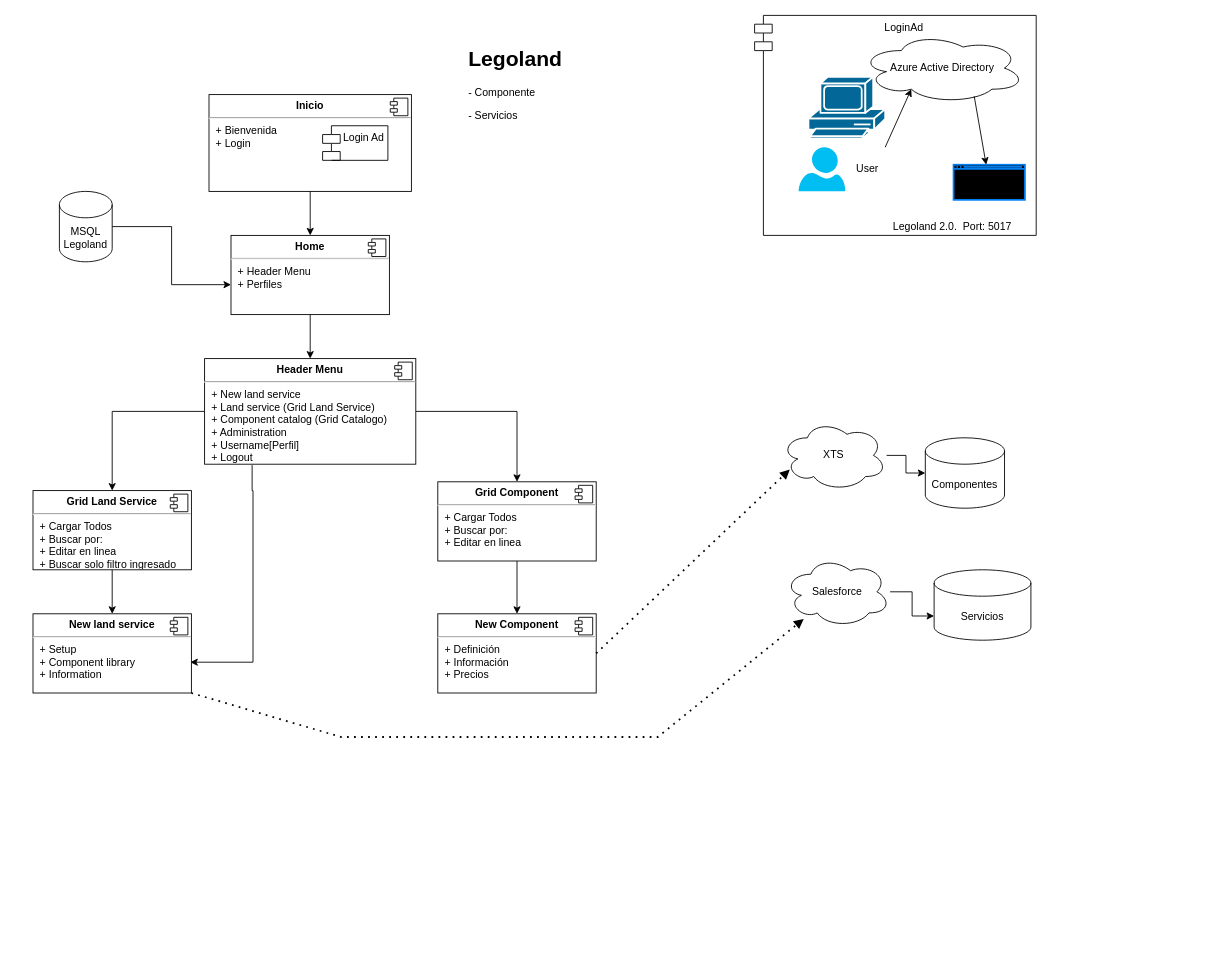
Earlier version of the draw.io diagram Legoland2.drawio (TecladoZurdo/UML). Source tidied: cells renumbered, new cells numbered last; positions are measured from the earlier drawing's top-left corner, leaving out a move shared by most shapes. Both pictures are drawn from the tidied source at 88%, with x=0, y=0 at pixel (33, 15).
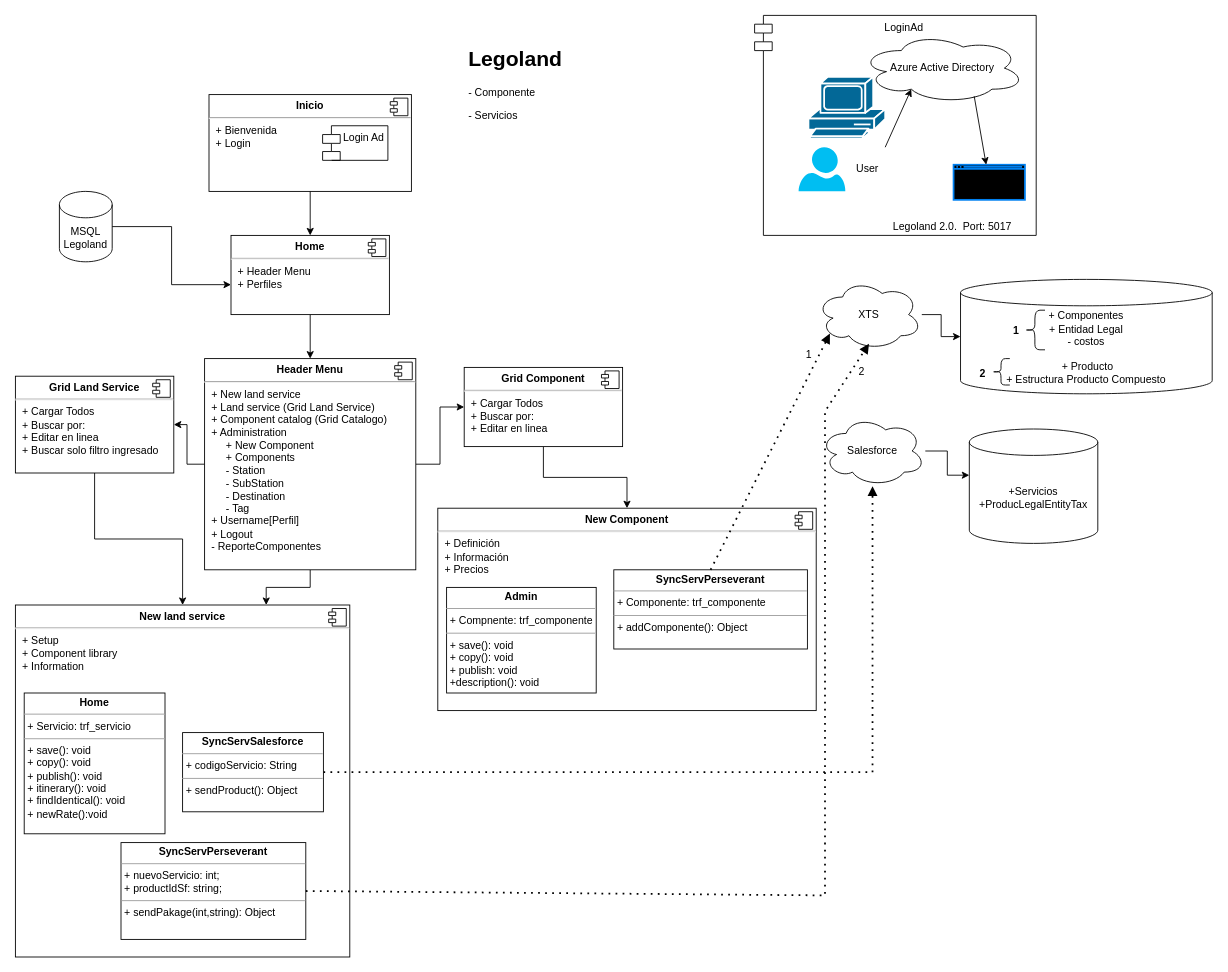
The same page after the edit.

The edit, as a diff of the source:
```diff
@@
+    <mxCell id="13" style="edgeStyle=orthogonalEdgeStyle;rounded=0;jettySize=auto;html=1;" parent="1" edge="1" source="15" target="21">
+      <mxGeometry relative="1" as="geometry" />
+    </mxCell>
-    <mxCell id="12" style="edgeStyle=orthogonalEdgeStyle;rounded=0;jettySize=auto;html=1;entryX=0.5;entryY=0;entryDx=0;entryDy=0;" parent="1" edge="1" source="15" target="18">
+    <mxCell id="12" style="edgeStyle=orthogonalEdgeStyle;rounded=0;jettySize=auto;html=1;entryX=1;entryY=0.5;entryDx=0;entryDy=0;" parent="1" edge="1" source="15" target="18">
       <mxGeometry relative="1" as="geometry" />
     </mxCell>
-    <mxCell id="13" style="edgeStyle=orthogonalEdgeStyle;rounded=0;jettySize=auto;html=1;" parent="1" edge="1" source="15" target="21">
-      <mxGeometry relative="1" as="geometry" />
-    </mxCell>
-    <mxCell id="14" style="edgeStyle=orthogonalEdgeStyle;rounded=0;jettySize=auto;html=1;entryX=0.993;entryY=0.611;entryDx=0;entryDy=0;exitX=0.225;exitY=1.009;exitDx=0;exitDy=0;exitPerimeter=0;entryPerimeter=0;" parent="1" edge="1" source="15" target="23">
-      <mxGeometry relative="1" as="geometry">
-        <Array as="points">
-          <mxPoint x="249" y="540" />
-          <mxPoint x="250" y="540" />
-          <mxPoint x="250" y="735" />
-        </Array>
-      </mxGeometry>
+    <mxCell id="14" style="edgeStyle=orthogonalEdgeStyle;rounded=0;jettySize=auto;html=1;entryX=0.75;entryY=0;entryDx=0;entryDy=0;" parent="1" edge="1" source="15" target="23">
+      <mxGeometry relative="1" as="geometry" />
     </mxCell>
-    <mxCell id="15" value="&lt;p style=&quot;margin:0px;margin-top:6px;text-align:center;&quot;&gt;&lt;b&gt;Header Menu&lt;/b&gt;&lt;/p&gt;&lt;hr&gt;&lt;p style=&quot;margin:0px;margin-left:8px;&quot;&gt;+ New land service&amp;nbsp;&lt;br&gt;+ Land service (Grid Land Service)&lt;/p&gt;&lt;p style=&quot;margin:0px;margin-left:8px;&quot;&gt;+ Component catalog (Grid Catalogo)&lt;/p&gt;&lt;p style=&quot;margin:0px;margin-left:8px;&quot;&gt;+ Administration&lt;br&gt;&lt;/p&gt;&lt;p style=&quot;margin:0px;margin-left:8px;&quot;&gt;+ Username[Perfil]&lt;/p&gt;&lt;p style=&quot;margin:0px;margin-left:8px;&quot;&gt;+ Logout&lt;/p&gt;&lt;p style=&quot;margin:0px;margin-left:8px;&quot;&gt;&lt;br&gt;&lt;/p&gt;" style="align=left;overflow=fill;html=1;whiteSpace=wrap;" parent="1" vertex="1">
-      <mxGeometry x="195" y="390" width="240" height="120" as="geometry" />
+    <mxCell id="15" value="&lt;p style=&quot;margin:0px;margin-top:6px;text-align:center;&quot;&gt;&lt;b&gt;Header Menu&lt;/b&gt;&lt;/p&gt;&lt;hr&gt;&lt;p style=&quot;margin:0px;margin-left:8px;&quot;&gt;+ New land service&amp;nbsp;&lt;br&gt;+ Land service (Grid Land Service)&lt;/p&gt;&lt;p style=&quot;margin:0px;margin-left:8px;&quot;&gt;+ Component catalog (Grid Catalogo)&lt;/p&gt;&lt;p style=&quot;margin:0px;margin-left:8px;&quot;&gt;+ Administration&lt;br&gt;&lt;/p&gt;&lt;p style=&quot;margin:0px;margin-left:8px;&quot;&gt;&amp;nbsp; &amp;nbsp; &amp;nbsp;+ New Component&lt;/p&gt;&lt;p style=&quot;margin:0px;margin-left:8px;&quot;&gt;&amp;nbsp; &amp;nbsp; &amp;nbsp;+ Components&lt;/p&gt;&lt;p style=&quot;margin:0px;margin-left:8px;&quot;&gt;&amp;nbsp; &amp;nbsp; &amp;nbsp;- Station&lt;/p&gt;&lt;p style=&quot;margin:0px;margin-left:8px;&quot;&gt;&amp;nbsp; &amp;nbsp; &amp;nbsp;- SubStation&lt;/p&gt;&lt;p style=&quot;margin:0px;margin-left:8px;&quot;&gt;&amp;nbsp; &amp;nbsp; &amp;nbsp;- Destination&lt;/p&gt;&lt;p style=&quot;margin:0px;margin-left:8px;&quot;&gt;&amp;nbsp; &amp;nbsp; &amp;nbsp;- Tag&lt;/p&gt;&lt;p style=&quot;margin:0px;margin-left:8px;&quot;&gt;+ Username[Perfil]&lt;/p&gt;&lt;p style=&quot;margin:0px;margin-left:8px;&quot;&gt;+ Logout&lt;/p&gt;&lt;p style=&quot;margin:0px;margin-left:8px;&quot;&gt;- ReporteComponentes&lt;/p&gt;" style="align=left;overflow=fill;html=1;whiteSpace=wrap;" parent="1" vertex="1">
+      <mxGeometry x="195" y="390" width="240" height="240" as="geometry" />
     </mxCell>
@@
     <mxCell id="18" value="&lt;p style=&quot;margin:0px;margin-top:6px;text-align:center;&quot;&gt;&lt;b&gt;Grid Land Service&lt;/b&gt;&lt;/p&gt;&lt;hr&gt;&lt;p style=&quot;margin:0px;margin-left:8px;&quot;&gt;+ Cargar Todos&lt;br&gt;+ Buscar por:&lt;/p&gt;&lt;p style=&quot;margin:0px;margin-left:8px;&quot;&gt;+ Editar en linea&lt;/p&gt;&lt;p style=&quot;margin:0px;margin-left:8px;&quot;&gt;+ Buscar solo filtro ingresado&lt;/p&gt;" style="align=left;overflow=fill;html=1;whiteSpace=wrap;" parent="1" vertex="1">
-      <mxGeometry y="540" width="180" height="90" as="geometry" />
+      <mxGeometry x="-20" y="410" width="180" height="110" as="geometry" />
     </mxCell>
@@
     <mxCell id="21" value="&lt;p style=&quot;margin:0px;margin-top:6px;text-align:center;&quot;&gt;&lt;b&gt;Grid Component&lt;/b&gt;&lt;/p&gt;&lt;hr&gt;&lt;p style=&quot;margin:0px;margin-left:8px;&quot;&gt;+ Cargar Todos&lt;br&gt;+ Buscar por:&amp;nbsp;&lt;/p&gt;&lt;p style=&quot;margin:0px;margin-left:8px;&quot;&gt;+ Editar en linea&amp;nbsp;&amp;nbsp;&lt;/p&gt;" style="align=left;overflow=fill;html=1;whiteSpace=wrap;" parent="1" vertex="1">
-      <mxGeometry x="460" y="530" width="180" height="90" as="geometry" />
+      <mxGeometry x="490" y="400" width="180" height="90" as="geometry" />
     </mxCell>
@@
     <mxCell id="23" value="&lt;p style=&quot;margin:0px;margin-top:6px;text-align:center;&quot;&gt;&lt;b&gt;New land service&lt;/b&gt;&lt;/p&gt;&lt;hr&gt;&lt;p style=&quot;margin:0px;margin-left:8px;&quot;&gt;+ Setup&lt;br&gt;+ Component library&lt;/p&gt;&lt;p style=&quot;margin:0px;margin-left:8px;&quot;&gt;+ Information&lt;/p&gt;" style="align=left;overflow=fill;html=1;whiteSpace=wrap;" parent="1" vertex="1">
-      <mxGeometry y="680" width="180" height="90" as="geometry" />
+      <mxGeometry x="-20" y="670" width="380" height="400" as="geometry" />
     </mxCell>
@@
     <mxCell id="25" value="&lt;p style=&quot;margin:0px;margin-top:6px;text-align:center;&quot;&gt;&lt;b&gt;New Component&lt;/b&gt;&lt;/p&gt;&lt;hr&gt;&lt;p style=&quot;margin:0px;margin-left:8px;&quot;&gt;+ Definición&lt;br&gt;+ Información&lt;/p&gt;&lt;p style=&quot;margin:0px;margin-left:8px;&quot;&gt;+ Precios&lt;/p&gt;" style="align=left;overflow=fill;html=1;whiteSpace=wrap;" parent="1" vertex="1">
-      <mxGeometry x="460" y="680" width="180" height="90" as="geometry" />
+      <mxGeometry x="460" y="560" width="430" height="230" as="geometry" />
     </mxCell>
@@
     <mxCell id="40" value="XTS" style="ellipse;shape=cloud;whiteSpace=wrap;html=1;" parent="1" vertex="1">
-      <mxGeometry x="850" y="460" width="120" height="80" as="geometry" />
+      <mxGeometry x="890" y="300" width="120" height="80" as="geometry" />
     </mxCell>
     <mxCell id="41" value="Salesforce" style="ellipse;shape=cloud;whiteSpace=wrap;html=1;" parent="1" vertex="1">
-      <mxGeometry x="854" y="615" width="120" height="80" as="geometry" />
+      <mxGeometry x="894" y="455" width="120" height="80" as="geometry" />
     </mxCell>
-    <mxCell id="42" style="endArrow=block;dashed=1;html=1;dashPattern=1 3;strokeWidth=2;rounded=0;exitX=1;exitY=0.5;exitDx=0;exitDy=0;entryX=0.083;entryY=0.7;entryDx=0;entryDy=0;entryPerimeter=0;endFill=1;" parent="1" edge="1" source="25" target="40">
-      <mxGeometry relative="1" as="geometry" />
-    </mxCell>
-    <mxCell id="43" style="endArrow=block;dashed=1;html=1;dashPattern=1 3;strokeWidth=2;rounded=0;exitX=1;exitY=1;exitDx=0;exitDy=0;endFill=1;" parent="1" edge="1" source="23" target="41">
+    <mxCell id="43" style="endArrow=block;dashed=1;html=1;dashPattern=1 3;strokeWidth=2;rounded=0;endFill=1;exitX=1;exitY=0.5;exitDx=0;exitDy=0;" parent="1" edge="1" source="52" target="41">
       <mxGeometry relative="1" as="geometry">
         <Array as="points">
-          <mxPoint x="350" y="820" />
-          <mxPoint x="710" y="820" />
+          <mxPoint x="954" y="860" />
         </Array>
       </mxGeometry>
     </mxCell>
-    <mxCell id="44" value="Componentes" style="shape=cylinder3;whiteSpace=wrap;html=1;boundedLbl=1;backgroundOutline=1;size=15;" parent="1" vertex="1">
-      <mxGeometry x="1014" y="480" width="90" height="80" as="geometry" />
+    <mxCell id="44" value="+ Componentes&lt;br&gt;+ Entidad Legal&lt;br&gt;- costos&lt;br&gt;&lt;br&gt;&amp;nbsp;+ Producto&lt;br&gt;+ Estructura Producto Compuesto" style="shape=cylinder3;whiteSpace=wrap;html=1;boundedLbl=1;backgroundOutline=1;size=15;" parent="1" vertex="1">
+      <mxGeometry x="1054" y="300" width="286" height="130" as="geometry" />
     </mxCell>
-    <mxCell id="45" value="Servicios" style="shape=cylinder3;whiteSpace=wrap;html=1;boundedLbl=1;backgroundOutline=1;size=15;" parent="1" vertex="1">
-      <mxGeometry x="1024" y="630" width="110" height="80" as="geometry" />
+    <mxCell id="45" value="+Servicios&lt;br&gt;+ProducLegalEntityTax" style="shape=cylinder3;whiteSpace=wrap;html=1;boundedLbl=1;backgroundOutline=1;size=15;" parent="1" vertex="1">
+      <mxGeometry x="1064" y="470" width="146" height="130" as="geometry" />
     </mxCell>
@@
+    <mxCell id="48" value="&lt;p style=&quot;margin:0px;margin-top:4px;text-align:center;&quot;&gt;&lt;b&gt;Admin&lt;/b&gt;&lt;/p&gt;&lt;hr size=&quot;1&quot;&gt;&lt;p style=&quot;margin:0px;margin-left:4px;&quot;&gt;+ Compnente: trf_componente&lt;/p&gt;&lt;hr size=&quot;1&quot;&gt;&lt;p style=&quot;margin:0px;margin-left:4px;&quot;&gt;+ save(): void&lt;/p&gt;&lt;p style=&quot;margin:0px;margin-left:4px;&quot;&gt;+ copy(): void&lt;/p&gt;&lt;p style=&quot;margin:0px;margin-left:4px;&quot;&gt;+ publish: void&lt;/p&gt;&lt;p style=&quot;margin:0px;margin-left:4px;&quot;&gt;+description(): void&lt;/p&gt;" style="verticalAlign=top;align=left;overflow=fill;fontSize=12;fontFamily=Helvetica;html=1;whiteSpace=wrap;" parent="1" vertex="1">
+      <mxGeometry x="470" y="650" width="170" height="120" as="geometry" />
+    </mxCell>
+    <mxCell id="49" value="&lt;p style=&quot;margin:0px;margin-top:4px;text-align:center;&quot;&gt;&lt;b&gt;SyncServPerseverant&lt;/b&gt;&lt;/p&gt;&lt;hr size=&quot;1&quot;&gt;&lt;p style=&quot;margin:0px;margin-left:4px;&quot;&gt;+ Componente: trf_componente&lt;/p&gt;&lt;hr size=&quot;1&quot;&gt;&lt;p style=&quot;margin:0px;margin-left:4px;&quot;&gt;+ addComponente(): Object&lt;/p&gt;" style="verticalAlign=top;align=left;overflow=fill;fontSize=12;fontFamily=Helvetica;html=1;whiteSpace=wrap;" parent="1" vertex="1">
+      <mxGeometry x="660" y="630" width="220" height="90" as="geometry" />
+    </mxCell>
+    <mxCell id="50" style="endArrow=block;dashed=1;html=1;dashPattern=1 3;strokeWidth=2;rounded=0;exitX=0.5;exitY=0;exitDx=0;exitDy=0;entryX=0.13;entryY=0.77;entryDx=0;entryDy=0;entryPerimeter=0;endFill=1;" parent="1" edge="1" source="49" target="40">
+      <mxGeometry relative="1" as="geometry" />
+    </mxCell>
+    <mxCell id="51" value="&lt;p style=&quot;margin:0px;margin-top:4px;text-align:center;&quot;&gt;&lt;b&gt;Home&lt;/b&gt;&lt;/p&gt;&lt;hr size=&quot;1&quot;&gt;&lt;p style=&quot;margin:0px;margin-left:4px;&quot;&gt;+ Servicio: trf_servicio&lt;/p&gt;&lt;hr size=&quot;1&quot;&gt;&lt;p style=&quot;margin:0px;margin-left:4px;&quot;&gt;+ save(): void&lt;/p&gt;&lt;p style=&quot;margin:0px;margin-left:4px;&quot;&gt;+ copy(): void&lt;/p&gt;&lt;p style=&quot;margin:0px;margin-left:4px;&quot;&gt;+ publish(): void&lt;/p&gt;&lt;p style=&quot;margin:0px;margin-left:4px;&quot;&gt;+ itinerary(): void&lt;/p&gt;&lt;p style=&quot;margin:0px;margin-left:4px;&quot;&gt;+ findIdentical(): void&lt;/p&gt;&lt;p style=&quot;margin:0px;margin-left:4px;&quot;&gt;+ newRate():void&lt;/p&gt;&lt;p style=&quot;margin:0px;margin-left:4px;&quot;&gt;&lt;br&gt;&lt;/p&gt;" style="verticalAlign=top;align=left;overflow=fill;fontSize=12;fontFamily=Helvetica;html=1;whiteSpace=wrap;" parent="1" vertex="1">
+      <mxGeometry x="-10" y="770" width="160" height="160" as="geometry" />
+    </mxCell>
+    <mxCell id="52" value="&lt;p style=&quot;margin:0px;margin-top:4px;text-align:center;&quot;&gt;&lt;b&gt;SyncServSalesforce&lt;/b&gt;&lt;/p&gt;&lt;hr size=&quot;1&quot;&gt;&lt;p style=&quot;margin:0px;margin-left:4px;&quot;&gt;+ codigoServicio: String&lt;/p&gt;&lt;hr size=&quot;1&quot;&gt;&lt;p style=&quot;margin:0px;margin-left:4px;&quot;&gt;+ sendProduct(): Object&lt;/p&gt;" style="verticalAlign=top;align=left;overflow=fill;fontSize=12;fontFamily=Helvetica;html=1;whiteSpace=wrap;" parent="1" vertex="1">
+      <mxGeometry x="170" y="815" width="160" height="90" as="geometry" />
+    </mxCell>
+    <mxCell id="53" value="&lt;p style=&quot;margin:0px;margin-top:4px;text-align:center;&quot;&gt;&lt;b&gt;SyncServPerseverant&lt;/b&gt;&lt;/p&gt;&lt;hr size=&quot;1&quot;&gt;&lt;p style=&quot;margin:0px;margin-left:4px;&quot;&gt;+ nuevoServicio: int;&lt;/p&gt;&lt;p style=&quot;margin:0px;margin-left:4px;&quot;&gt;+ productIdSf: string;&lt;/p&gt;&lt;hr size=&quot;1&quot;&gt;&lt;p style=&quot;margin:0px;margin-left:4px;&quot;&gt;+ sendPakage(int,string): Object&lt;/p&gt;" style="verticalAlign=top;align=left;overflow=fill;fontSize=12;fontFamily=Helvetica;html=1;whiteSpace=wrap;" parent="1" vertex="1">
+      <mxGeometry x="100" y="940" width="210" height="110" as="geometry" />
+    </mxCell>
+    <mxCell id="54" style="endArrow=block;dashed=1;html=1;dashPattern=1 3;strokeWidth=2;rounded=0;exitX=1;exitY=0.5;exitDx=0;exitDy=0;entryX=0.5;entryY=0.913;entryDx=0;entryDy=0;entryPerimeter=0;endFill=1;" parent="1" edge="1" source="53" target="40">
+      <mxGeometry relative="1" as="geometry">
+        <Array as="points">
+          <mxPoint x="900" y="1000" />
+          <mxPoint x="900" y="450" />
+        </Array>
+      </mxGeometry>
+    </mxCell>
+    <mxCell id="55" value="1" style="text;html=1;strokeColor=none;fillColor=none;align=center;verticalAlign=middle;whiteSpace=wrap;rounded=0;" parent="1" vertex="1">
+      <mxGeometry x="870" y="370.5" width="24" height="30" as="geometry" />
+    </mxCell>
+    <mxCell id="56" value="2" style="text;html=1;strokeColor=none;fillColor=none;align=center;verticalAlign=middle;whiteSpace=wrap;rounded=0;" parent="1" vertex="1">
+      <mxGeometry x="924" y="390" width="36" height="30" as="geometry" />
+    </mxCell>
+    <mxCell id="57" style="shape=curlyBracket;whiteSpace=wrap;html=1;rounded=1;labelPosition=left;verticalLabelPosition=middle;align=right;verticalAlign=middle;size=0.5;" parent="1" vertex="1">
+      <mxGeometry x="1127" y="335" width="23" height="45" as="geometry" />
+    </mxCell>
+    <mxCell id="58" style="shape=curlyBracket;whiteSpace=wrap;html=1;rounded=1;labelPosition=left;verticalLabelPosition=middle;align=right;verticalAlign=middle;" parent="1" vertex="1">
+      <mxGeometry x="1090" y="390" width="20" height="30" as="geometry" />
+    </mxCell>
+    <mxCell id="59" value="1" style="text;align=center;fontStyle=1;verticalAlign=middle;spacingLeft=3;spacingRight=3;strokeColor=none;html=1;" parent="1" vertex="1">
+      <mxGeometry x="1100" y="344.5" width="34" height="26" as="geometry" />
+    </mxCell>
+    <mxCell id="60" value="2" style="text;align=center;fontStyle=1;verticalAlign=middle;spacingLeft=3;spacingRight=3;strokeColor=none;html=1;" parent="1" vertex="1">
+      <mxGeometry x="1064" y="394" width="30" height="26" as="geometry" />
+    </mxCell>
```
